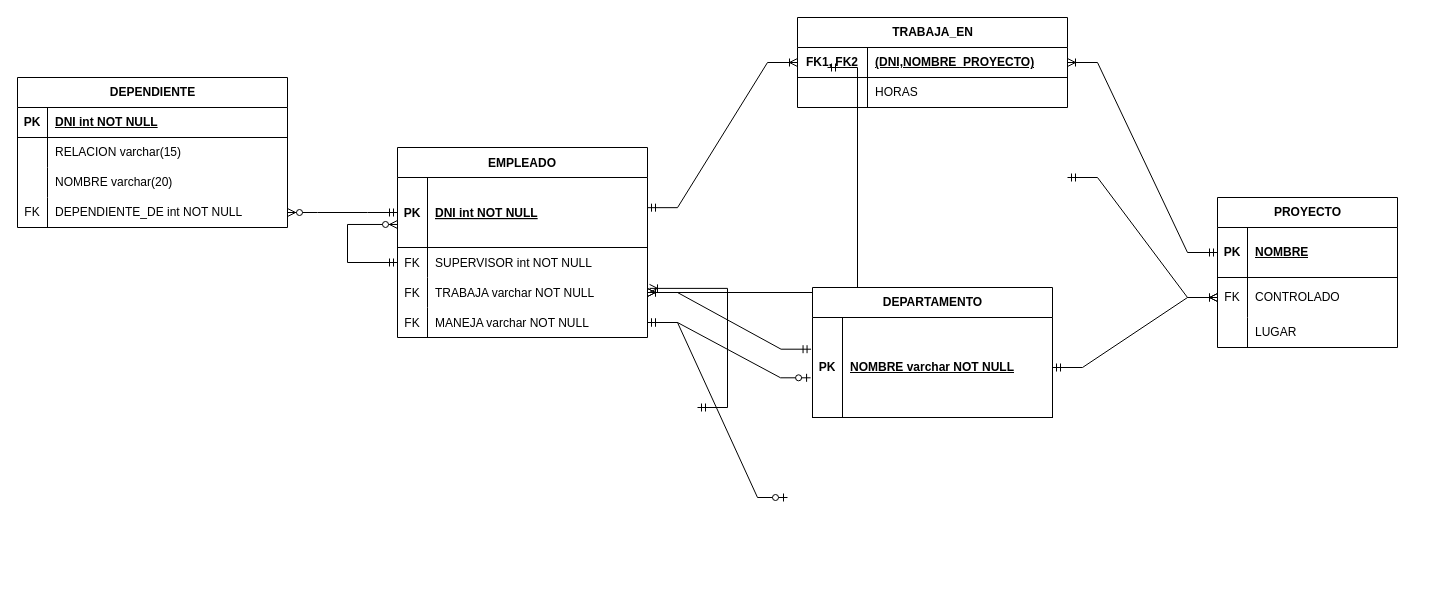
This is clase_2/TABLAS.drawio from FIUBA-Posgrado-Inteligencia-Artificial/BDIA, a draw.io file, before an edit. Source tidied: cells renumbered, new cells numbered last; positions are measured from the earlier drawing's top-left corner, leaving out a move shared by most shapes. Both pictures are drawn from the tidied source at 100%, with x=0, y=0 at pixel (17, 17).
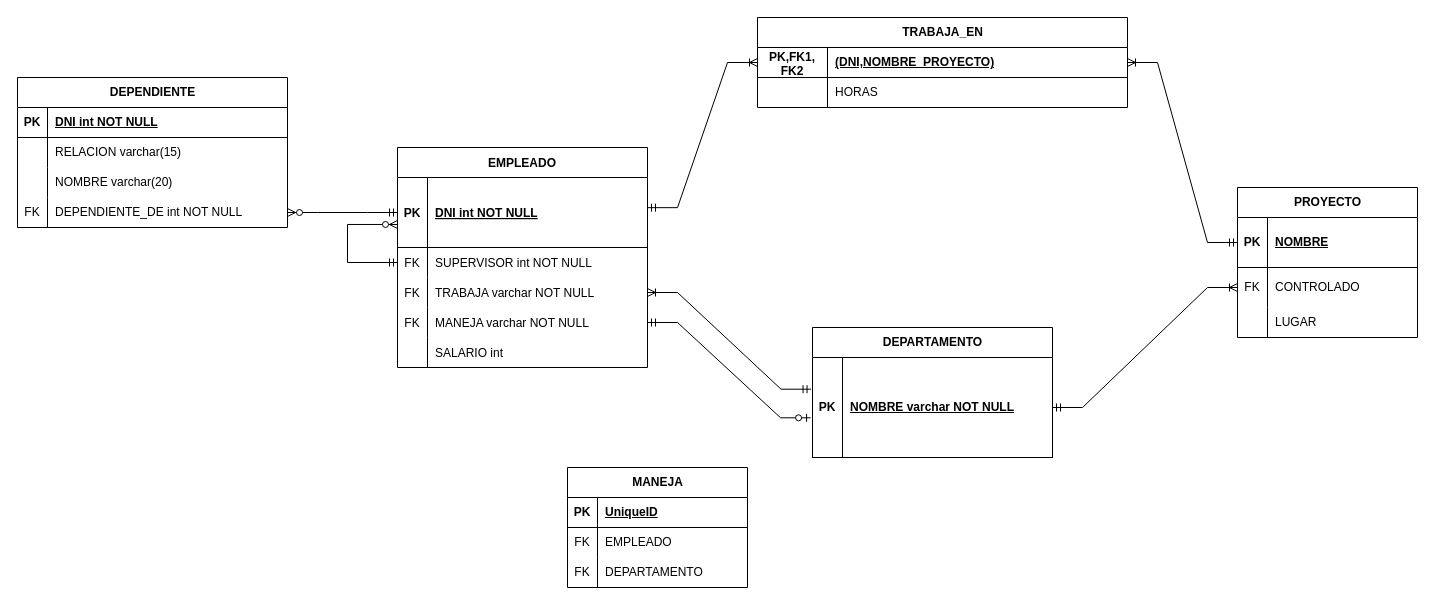
The same diagram, later.

The change refers to these unchanged cells:
```xml
<mxCell id="9" style="shape=partialRectangle;fillColor=none;points=[[0,0.5],[1,0.5]];portConstraint=eastwest;top=0;left=0;right=0;bottom=0;" parent="2" vertex="1">
  <mxGeometry y="130" width="250" height="30" as="geometry" />
</mxCell>
<mxCell id="12" style="shape=partialRectangle;fillColor=none;points=[[0,0.5],[1,0.5]];portConstraint=eastwest;top=0;left=0;right=0;bottom=0;" parent="2" vertex="1">
  <mxGeometry y="160" width="250" height="30" as="geometry" />
</mxCell>
<mxCell id="27" style="shape=tableRow;horizontal=0;startSize=0;swimlaneHead=0;swimlaneBody=0;fillColor=none;points=[[0,0.5],[1,0.5]];portConstraint=eastwest;top=0;left=0;right=0;bottom=0;" parent="23" vertex="1">
  <mxGeometry y="80" width="180" height="40" as="geometry" />
</mxCell>
```

What changed in the source:
```diff
@@
     <mxCell id="2" value="EMPLEADO" style="shape=table;startSize=30;childLayout=tableLayout;rowLines=0;fontStyle=1;align=center;" parent="1" vertex="1">
-      <mxGeometry x="380" y="130" width="250" height="190" as="geometry" />
+      <mxGeometry x="380" y="130" width="250" height="220" as="geometry" />
     </mxCell>
@@
+    <mxCell id="61" style="shape=partialRectangle;fillColor=none;top=0;left=0;right=0;bottom=0;" parent="2" vertex="1">
+      <mxGeometry y="190" width="250" height="30" as="geometry" />
+    </mxCell>
+    <mxCell id="62" style="shape=partialRectangle;overflow=hidden;fillColor=none;top=0;left=0;bottom=0;right=0;" parent="61" vertex="1">
+      <mxGeometry width="30" height="30" as="geometry" />
+    </mxCell>
+    <mxCell id="63" value="SALARIO int" style="shape=partialRectangle;overflow=hidden;fillColor=none;top=0;left=0;bottom=0;right=0;align=left;spacingLeft=6;" parent="61" vertex="1">
+      <mxGeometry x="30" width="220" height="30" as="geometry" />
+    </mxCell>
@@
     <mxCell id="16" value="TRABAJA_EN" style="shape=table;startSize=30;childLayout=tableLayout;rowLines=0;fontStyle=1;align=center;html=1;" parent="1" vertex="1">
-      <mxGeometry x="780" width="270" height="90" as="geometry" />
+      <mxGeometry x="740" width="370" height="90" as="geometry" />
     </mxCell>
     <mxCell id="17" style="shape=tableRow;horizontal=0;startSize=0;swimlaneHead=0;swimlaneBody=0;fillColor=none;points=[[0,0.5],[1,0.5]];portConstraint=eastwest;top=0;left=0;right=0;bottom=1;" parent="16" vertex="1">
-      <mxGeometry y="30" width="270" height="30" as="geometry" />
+      <mxGeometry y="30" width="370" height="30" as="geometry" />
     </mxCell>
-    <mxCell id="18" value="FK1, FK2" style="shape=partialRectangle;fillColor=none;top=0;left=0;bottom=0;right=0;fontStyle=1;overflow=hidden;whiteSpace=wrap;html=1;" parent="17" vertex="1">
+    <mxCell id="18" value="PK,FK1, FK2" style="shape=partialRectangle;fillColor=none;top=0;left=0;bottom=0;right=0;fontStyle=1;overflow=hidden;whiteSpace=wrap;html=1;" parent="17" vertex="1">
       <mxGeometry width="70" height="30" as="geometry" />
     </mxCell>
     <mxCell id="19" value="(DNI,NOMBRE_PROYECTO)" style="shape=partialRectangle;fillColor=none;top=0;left=0;bottom=0;right=0;align=left;spacingLeft=6;fontStyle=5;overflow=hidden;whiteSpace=wrap;html=1;" parent="17" vertex="1">
-      <mxGeometry x="70" width="200" height="30" as="geometry" />
+      <mxGeometry x="70" width="300" height="30" as="geometry" />
     </mxCell>
     <mxCell id="20" style="shape=tableRow;horizontal=0;startSize=0;swimlaneHead=0;swimlaneBody=0;fillColor=none;top=0;left=0;right=0;bottom=0;" parent="16" vertex="1">
-      <mxGeometry y="60" width="270" height="30" as="geometry" />
+      <mxGeometry y="60" width="370" height="30" as="geometry" />
     </mxCell>
@@
     <mxCell id="22" value="HORAS" style="shape=partialRectangle;fillColor=none;top=0;left=0;bottom=0;right=0;align=left;spacingLeft=6;overflow=hidden;whiteSpace=wrap;html=1;" parent="20" vertex="1">
-      <mxGeometry x="70" width="200" height="30" as="geometry" />
+      <mxGeometry x="70" width="300" height="30" as="geometry" />
     </mxCell>
     <mxCell id="23" value="PROYECTO" style="shape=table;startSize=30;childLayout=tableLayout;rowLines=0;fontStyle=1;align=center;html=1;" parent="1" vertex="1">
-      <mxGeometry x="1200" y="180" width="180" height="150" as="geometry" />
+      <mxGeometry x="1220" y="170" width="180" height="150" as="geometry" />
     </mxCell>
@@
-    <mxCell id="46" style="edgeStyle=entityRelationEdgeStyle;fontSize=12;html=1;endArrow=ERoneToMany;startArrow=ERmandOne;rounded=0;entryX=1;entryY=0.5;entryDx=0;entryDy=0;exitX=0;exitY=0.5;exitDx=0;exitDy=0;" parent="1" edge="1" target="9">
-      <mxGeometry relative="1" as="geometry">
-        <mxPoint x="810" y="50" as="sourcePoint" />
-        <Array as="points">
-          <mxPoint x="770" y="210" />
-          <mxPoint x="640" y="210" />
-        </Array>
-      </mxGeometry>
-    </mxCell>
@@
-    <mxCell id="49" style="edgeStyle=entityRelationEdgeStyle;fontSize=12;html=1;endArrow=ERoneToMany;startArrow=ERmandOne;rounded=0;entryX=0;entryY=0.5;entryDx=0;entryDy=0;exitX=1;exitY=0.5;exitDx=0;exitDy=0;" parent="1" edge="1" target="27">
-      <mxGeometry relative="1" as="geometry">
-        <mxPoint x="1050" y="160" as="sourcePoint" />
-        <Array as="points">
-          <mxPoint x="1060" y="70" />
-          <mxPoint x="1170" y="300" />
-        </Array>
-      </mxGeometry>
-    </mxCell>
-    <mxCell id="50" style="edgeStyle=entityRelationEdgeStyle;fontSize=12;html=1;endArrow=ERzeroToOne;startArrow=ERmandOne;rounded=0;exitX=1;exitY=0.5;exitDx=0;exitDy=0;entryX=-0.013;entryY=0.811;entryDx=0;entryDy=0;entryPerimeter=0;" parent="1" edge="1" source="12">
-      <mxGeometry relative="1" as="geometry">
-        <mxPoint x="770" y="480" as="targetPoint" />
-      </mxGeometry>
-    </mxCell>
@@
-    <mxCell id="53" style="edgeStyle=entityRelationEdgeStyle;fontSize=8;html=1;endArrow=ERoneToMany;startArrow=ERmandOne;rounded=0;entryX=1.008;entryY=0.363;entryDx=0;entryDy=0;entryPerimeter=0;exitX=0;exitY=0.5;exitDx=0;exitDy=0;" parent="1" edge="1" target="9">
-      <mxGeometry relative="1" as="geometry">
-        <mxPoint x="680" y="390" as="sourcePoint" />
-      </mxGeometry>
-    </mxCell>
     <mxCell id="54" value="DEPARTAMENTO" style="shape=table;startSize=30;childLayout=tableLayout;rowLines=0;fontStyle=1;align=center;html=1;" parent="1" vertex="1">
-      <mxGeometry x="795" y="270" width="240" height="130" as="geometry" />
+      <mxGeometry x="795" y="310" width="240" height="130" as="geometry" />
     </mxCell>
@@
+    <mxCell id="64" value="MANEJA" style="shape=table;startSize=30;childLayout=tableLayout;rowLines=0;fontStyle=1;align=center;html=1;" parent="1" vertex="1">
+      <mxGeometry x="550" y="450" width="180" height="120" as="geometry" />
+    </mxCell>
+    <mxCell id="65" style="shape=tableRow;horizontal=0;startSize=0;swimlaneHead=0;swimlaneBody=0;fillColor=none;top=0;left=0;right=0;bottom=1;" parent="64" vertex="1">
+      <mxGeometry y="30" width="180" height="30" as="geometry" />
+    </mxCell>
+    <mxCell id="66" value="PK" style="shape=partialRectangle;fillColor=none;top=0;left=0;bottom=0;right=0;fontStyle=1;overflow=hidden;whiteSpace=wrap;html=1;" parent="65" vertex="1">
+      <mxGeometry width="30" height="30" as="geometry" />
+    </mxCell>
+    <mxCell id="67" value="UniqueID" style="shape=partialRectangle;fillColor=none;top=0;left=0;bottom=0;right=0;align=left;spacingLeft=6;fontStyle=5;overflow=hidden;whiteSpace=wrap;html=1;" parent="65" vertex="1">
+      <mxGeometry x="30" width="150" height="30" as="geometry" />
+    </mxCell>
+    <mxCell id="68" style="shape=tableRow;horizontal=0;startSize=0;swimlaneHead=0;swimlaneBody=0;fillColor=none;top=0;left=0;right=0;bottom=0;" parent="64" vertex="1">
+      <mxGeometry y="60" width="180" height="30" as="geometry" />
+    </mxCell>
+    <mxCell id="69" value="FK" style="shape=partialRectangle;fillColor=none;top=0;left=0;bottom=0;right=0;overflow=hidden;whiteSpace=wrap;html=1;" parent="68" vertex="1">
+      <mxGeometry width="30" height="30" as="geometry" />
+    </mxCell>
+    <mxCell id="70" value="EMPLEADO" style="shape=partialRectangle;fillColor=none;top=0;left=0;bottom=0;right=0;align=left;spacingLeft=6;overflow=hidden;whiteSpace=wrap;html=1;" parent="68" vertex="1">
+      <mxGeometry x="30" width="150" height="30" as="geometry" />
+    </mxCell>
+    <mxCell id="71" style="shape=tableRow;horizontal=0;startSize=0;swimlaneHead=0;swimlaneBody=0;fillColor=none;top=0;left=0;right=0;bottom=0;" parent="64" vertex="1">
+      <mxGeometry y="90" width="180" height="30" as="geometry" />
+    </mxCell>
+    <mxCell id="72" value="FK" style="shape=partialRectangle;fillColor=none;top=0;left=0;bottom=0;right=0;overflow=hidden;whiteSpace=wrap;html=1;" parent="71" vertex="1">
+      <mxGeometry width="30" height="30" as="geometry" />
+    </mxCell>
+    <mxCell id="73" value="DEPARTAMENTO" style="shape=partialRectangle;fillColor=none;top=0;left=0;bottom=0;right=0;align=left;spacingLeft=6;overflow=hidden;whiteSpace=wrap;html=1;" parent="71" vertex="1">
+      <mxGeometry x="30" width="150" height="30" as="geometry" />
+    </mxCell>
```
